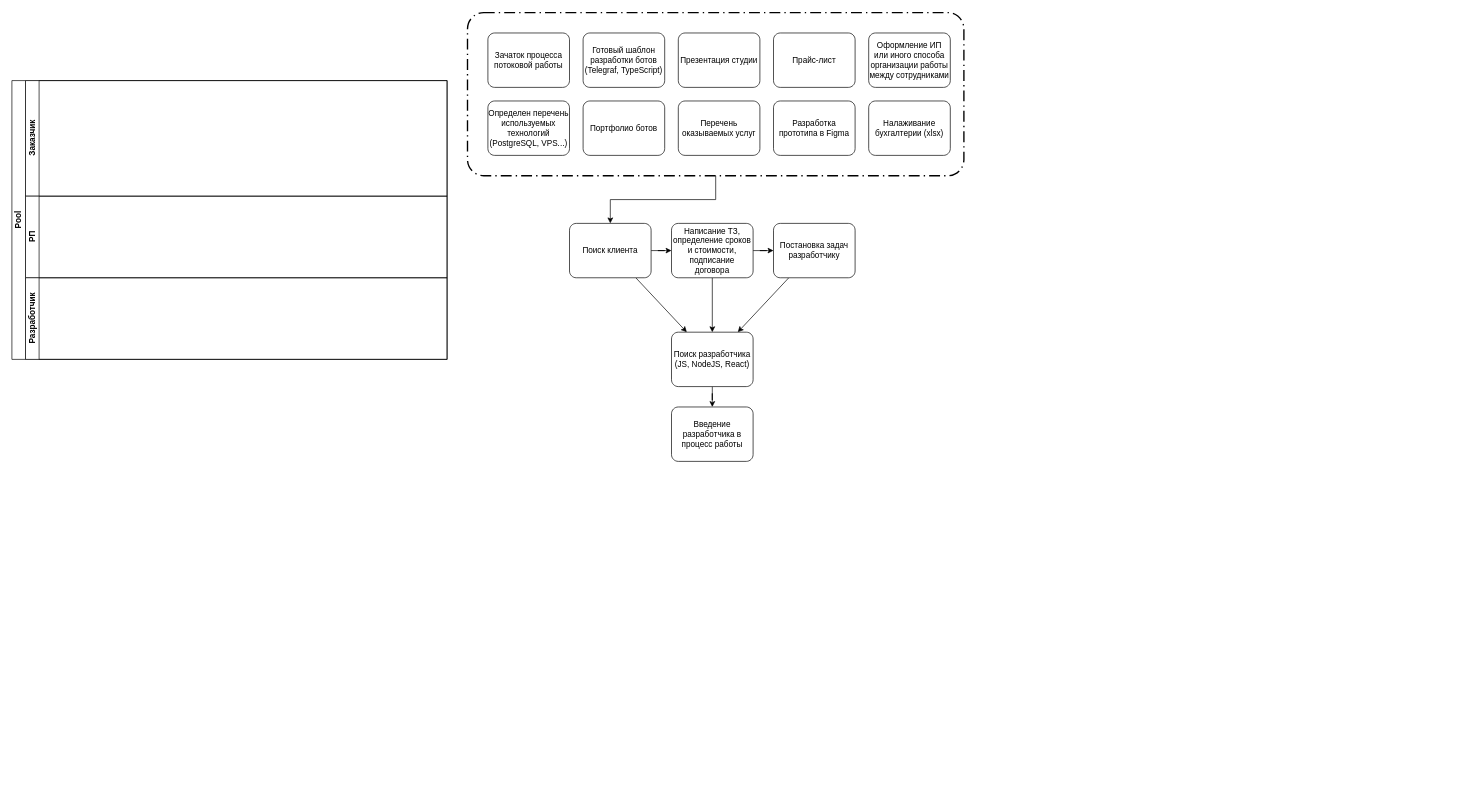
aau8/draw.io keeps this draw.io diagram as Флоу разработки Telegram-ботов.drawio. Above is the earlier version. Source tidied: cells renumbered, new cells numbered last; positions are measured from the earlier drawing's top-left corner, leaving out a move shared by most shapes. Both pictures are drawn from the tidied source at 68%, with x=0, y=0 at pixel (12, 12).
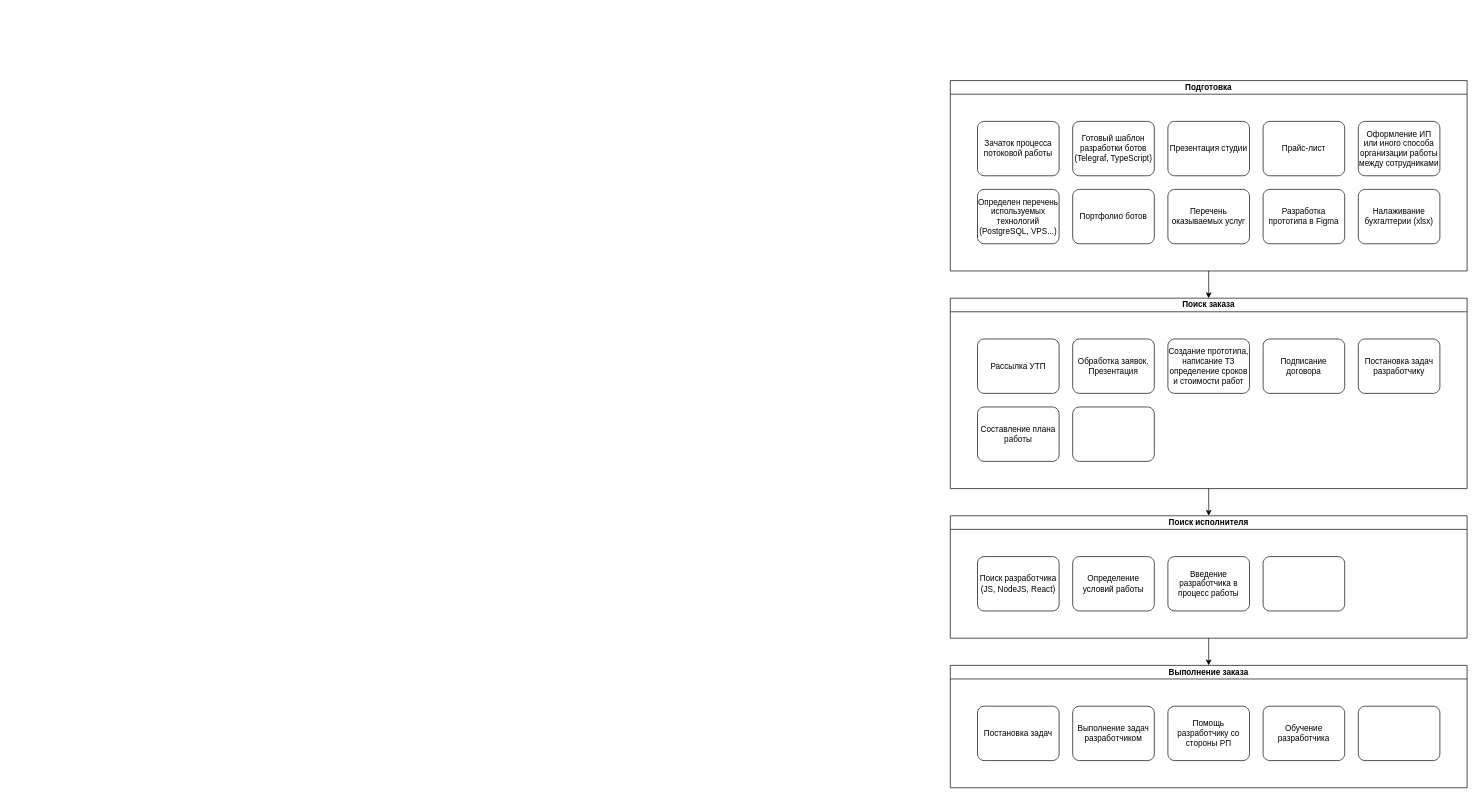
The same diagram, later.

What changed in the source:
```diff
@@
-    <mxCell id="2" style="edgeStyle=orthogonalEdgeStyle;rounded=0;jettySize=auto;html=1;" parent="1" edge="1" source="3" target="10">
-      <mxGeometry relative="1" as="geometry" />
+    <mxCell id="2" style="edgeStyle=orthogonalEdgeStyle;rounded=0;orthogonalLoop=1;jettySize=auto;html=1;" parent="1" edge="1">
+      <mxGeometry relative="1" as="geometry">
+        <mxPoint x="1035" y="290" as="targetPoint" />
+      </mxGeometry>
     </mxCell>
-    <mxCell id="3" style="points=[[0.25,0,0],[0.5,0,0],[0.75,0,0],[1,0.25,0],[1,0.5,0],[1,0.75,0],[0.75,1,0],[0.5,1,0],[0.25,1,0],[0,0.75,0],[0,0.5,0],[0,0.25,0]];rounded=1;arcSize=10;dashed=1;strokeColor=#000000;fillColor=none;gradientColor=none;dashPattern=8 3 1 3;strokeWidth=2;whiteSpace=wrap;html=1;" parent="1" vertex="1">
-      <mxGeometry x="670" width="730" height="240" as="geometry" />
-    </mxCell>
-    <mxCell id="4" value="Pool" style="swimlane;html=1;horizontal=0;startSize=20;whiteSpace=wrap;" parent="1" vertex="1">
-      <mxGeometry y="100" width="640" height="410" as="geometry" />
-    </mxCell>
-    <mxCell id="5" value="Заказчик" style="swimlane;html=1;startSize=20;horizontal=0;" parent="4" vertex="1">
-      <mxGeometry x="20" width="620" height="170" as="geometry" />
-    </mxCell>
-    <mxCell id="6" value="РП" style="swimlane;html=1;startSize=20;horizontal=0;" parent="4" vertex="1">
-      <mxGeometry x="20" y="170" width="620" height="120" as="geometry" />
-    </mxCell>
-    <mxCell id="7" value="Разработчик" style="swimlane;html=1;startSize=20;horizontal=0;" parent="4" vertex="1">
-      <mxGeometry x="20" y="290" width="620" height="120" as="geometry" />
-    </mxCell>
-    <mxCell id="8" style="edgeStyle=orthogonalEdgeStyle;rounded=0;jettySize=auto;html=1;" parent="1" edge="1" source="10" target="19">
-      <mxGeometry relative="1" as="geometry" />
-    </mxCell>
-    <mxCell id="9" style="rounded=0;jettySize=auto;html=1;" parent="1" edge="1" source="10" target="25">
-      <mxGeometry relative="1" as="geometry" />
-    </mxCell>
-    <mxCell id="10" value="Поиск клиента" style="points=[[0.25,0,0],[0.5,0,0],[0.75,0,0],[1,0.25,0],[1,0.5,0],[1,0.75,0],[0.75,1,0],[0.5,1,0],[0.25,1,0],[0,0.75,0],[0,0.5,0],[0,0.25,0]];shape=mxgraph.bpmn.task;whiteSpace=wrap;rectStyle=rounded;size=10;html=1;taskMarker=abstract;" parent="1" vertex="1">
-      <mxGeometry x="820" y="310" width="120" height="80" as="geometry" />
-    </mxCell>
+    <mxCell id="29" style="edgeStyle=orthogonalEdgeStyle;rounded=0;jettySize=auto;html=1;" parent="1" edge="1" source="30" target="32">
+      <mxGeometry relative="1" as="geometry" />
+    </mxCell>
+    <mxCell id="30" value="Подготовка" style="swimlane;startSize=20;whiteSpace=wrap;html=1;" parent="1" vertex="1">
+      <mxGeometry x="1380" y="100" width="760" height="280" as="geometry" />
+    </mxCell>
+    <mxCell id="28" value="Налаживание бухгалтерии (xlsx)" style="shape=mxgraph.bpmn.task;whiteSpace=wrap;rectStyle=rounded;size=10;html=1;taskMarker=abstract;" parent="30" vertex="1">
+      <mxGeometry x="600" y="160" width="120" height="80" as="geometry" />
+    </mxCell>
+    <mxCell id="27" value="Оформление ИП или иного способа организации работы между сотрудниками" style="shape=mxgraph.bpmn.task;whiteSpace=wrap;rectStyle=rounded;size=10;html=1;taskMarker=abstract;" parent="30" vertex="1">
+      <mxGeometry x="600" y="60" width="120" height="80" as="geometry" />
+    </mxCell>
+    <mxCell id="15" value="Прайс-лист" style="shape=mxgraph.bpmn.task;whiteSpace=wrap;rectStyle=rounded;size=10;html=1;taskMarker=abstract;" parent="30" vertex="1">
+      <mxGeometry x="460" y="60" width="120" height="80" as="geometry" />
+    </mxCell>
+    <mxCell id="16" value="Разработка прототипа в Figma" style="shape=mxgraph.bpmn.task;whiteSpace=wrap;rectStyle=rounded;size=10;html=1;taskMarker=abstract;" parent="30" vertex="1">
+      <mxGeometry x="460" y="160" width="120" height="80" as="geometry" />
+    </mxCell>
+    <mxCell id="14" value="Перечень оказываемых услуг" style="shape=mxgraph.bpmn.task;whiteSpace=wrap;rectStyle=rounded;size=10;html=1;taskMarker=abstract;" parent="30" vertex="1">
+      <mxGeometry x="320" y="160" width="120" height="80" as="geometry" />
+    </mxCell>
+    <mxCell id="13" value="Презентация студии" style="shape=mxgraph.bpmn.task;whiteSpace=wrap;rectStyle=rounded;size=10;html=1;taskMarker=abstract;" parent="30" vertex="1">
+      <mxGeometry x="320" y="60" width="120" height="80" as="geometry" />
+    </mxCell>
-    <mxCell id="11" value="Готовый шаблон разработки ботов (Telegraf, TypeScript)" style="shape=mxgraph.bpmn.task;whiteSpace=wrap;rectStyle=rounded;size=10;html=1;taskMarker=abstract;" parent="1" vertex="1">
-      <mxGeometry x="840" y="30" width="120" height="80" as="geometry" />
+    <mxCell id="11" value="Готовый шаблон разработки ботов (Telegraf, TypeScript)" style="shape=mxgraph.bpmn.task;whiteSpace=wrap;rectStyle=rounded;size=10;html=1;taskMarker=abstract;" parent="30" vertex="1">
+      <mxGeometry x="180" y="60" width="120" height="80" as="geometry" />
     </mxCell>
-    <mxCell id="12" value="Портфолио ботов" style="shape=mxgraph.bpmn.task;whiteSpace=wrap;rectStyle=rounded;size=10;html=1;taskMarker=abstract;" parent="1" vertex="1">
-      <mxGeometry x="840" y="130" width="120" height="80" as="geometry" />
+    <mxCell id="12" value="Портфолио ботов" style="shape=mxgraph.bpmn.task;whiteSpace=wrap;rectStyle=rounded;size=10;html=1;taskMarker=abstract;" parent="30" vertex="1">
+      <mxGeometry x="180" y="160" width="120" height="80" as="geometry" />
     </mxCell>
-    <mxCell id="13" value="Презентация студии" style="shape=mxgraph.bpmn.task;whiteSpace=wrap;rectStyle=rounded;size=10;html=1;taskMarker=abstract;" parent="1" vertex="1">
-      <mxGeometry x="980" y="30" width="120" height="80" as="geometry" />
-    </mxCell>
-    <mxCell id="14" value="Перечень оказываемых услуг" style="shape=mxgraph.bpmn.task;whiteSpace=wrap;rectStyle=rounded;size=10;html=1;taskMarker=abstract;" parent="1" vertex="1">
-      <mxGeometry x="980" y="130" width="120" height="80" as="geometry" />
-    </mxCell>
-    <mxCell id="15" value="Прайс-лист" style="shape=mxgraph.bpmn.task;whiteSpace=wrap;rectStyle=rounded;size=10;html=1;taskMarker=abstract;" parent="1" vertex="1">
-      <mxGeometry x="1120" y="30" width="120" height="80" as="geometry" />
-    </mxCell>
-    <mxCell id="16" value="Разработка прототипа в Figma" style="shape=mxgraph.bpmn.task;whiteSpace=wrap;rectStyle=rounded;size=10;html=1;taskMarker=abstract;" parent="1" vertex="1">
-      <mxGeometry x="1120" y="130" width="120" height="80" as="geometry" />
-    </mxCell>
-    <mxCell id="17" style="edgeStyle=orthogonalEdgeStyle;rounded=0;jettySize=auto;html=1;" parent="1" edge="1" source="19" target="23">
-      <mxGeometry relative="1" as="geometry" />
-    </mxCell>
-    <mxCell id="18" style="edgeStyle=orthogonalEdgeStyle;rounded=0;jettySize=auto;html=1;" parent="1" edge="1" source="19" target="25">
-      <mxGeometry relative="1" as="geometry" />
-    </mxCell>
+    <mxCell id="21" value="Определен перечень используемых технологий&lt;br&gt;(PostgreSQL, VPS...)" style="shape=mxgraph.bpmn.task;whiteSpace=wrap;rectStyle=rounded;size=10;html=1;taskMarker=abstract;" parent="30" vertex="1">
+      <mxGeometry x="40" y="160" width="120" height="80" as="geometry" />
+    </mxCell>
+    <mxCell id="20" value="Зачаток процесса потоковой работы" style="shape=mxgraph.bpmn.task;whiteSpace=wrap;rectStyle=rounded;size=10;html=1;taskMarker=abstract;" parent="30" vertex="1">
+      <mxGeometry x="40" y="60" width="120" height="80" as="geometry" />
+    </mxCell>
+    <mxCell id="31" style="edgeStyle=orthogonalEdgeStyle;rounded=0;jettySize=auto;html=1;" parent="1" edge="1" source="32" target="38">
+      <mxGeometry relative="1" as="geometry" />
+    </mxCell>
+    <mxCell id="32" value="Поиск заказа" style="swimlane;startSize=20;whiteSpace=wrap;html=1;" parent="1" vertex="1">
+      <mxGeometry x="1380" y="420" width="760" height="280" as="geometry" />
+    </mxCell>
+    <mxCell id="10" value="Рассылка УТП" style="points=[[0.25,0,0],[0.5,0,0],[0.75,0,0],[1,0.25,0],[1,0.5,0],[1,0.75,0],[0.75,1,0],[0.5,1,0],[0.25,1,0],[0,0.75,0],[0,0.5,0],[0,0.25,0]];shape=mxgraph.bpmn.task;whiteSpace=wrap;rectStyle=rounded;size=10;html=1;taskMarker=abstract;" parent="32" vertex="1">
+      <mxGeometry x="40" y="60" width="120" height="80" as="geometry" />
+    </mxCell>
-    <mxCell id="19" value="Написание ТЗ, определение сроков и стоимости, подписание договора" style="points=[[0.25,0,0],[0.5,0,0],[0.75,0,0],[1,0.25,0],[1,0.5,0],[1,0.75,0],[0.75,1,0],[0.5,1,0],[0.25,1,0],[0,0.75,0],[0,0.5,0],[0,0.25,0]];shape=mxgraph.bpmn.task;whiteSpace=wrap;rectStyle=rounded;size=10;html=1;taskMarker=abstract;" parent="1" vertex="1">
-      <mxGeometry x="970" y="310" width="120" height="80" as="geometry" />
+    <mxCell id="19" value="Создание прототипа, написание ТЗ определение сроков и стоимости работ" style="points=[[0.25,0,0],[0.5,0,0],[0.75,0,0],[1,0.25,0],[1,0.5,0],[1,0.75,0],[0.75,1,0],[0.5,1,0],[0.25,1,0],[0,0.75,0],[0,0.5,0],[0,0.25,0]];shape=mxgraph.bpmn.task;whiteSpace=wrap;rectStyle=rounded;size=10;html=1;taskMarker=abstract;" parent="32" vertex="1">
+      <mxGeometry x="320" y="60" width="120" height="80" as="geometry" />
     </mxCell>
-    <mxCell id="20" value="Зачаток процесса потоковой работы" style="shape=mxgraph.bpmn.task;whiteSpace=wrap;rectStyle=rounded;size=10;html=1;taskMarker=abstract;" parent="1" vertex="1">
-      <mxGeometry x="700" y="30" width="120" height="80" as="geometry" />
-    </mxCell>
-    <mxCell id="21" value="Определен перечень используемых технологий&lt;br&gt;(PostgreSQL, VPS...)" style="shape=mxgraph.bpmn.task;whiteSpace=wrap;rectStyle=rounded;size=10;html=1;taskMarker=abstract;" parent="1" vertex="1">
-      <mxGeometry x="700" y="130" width="120" height="80" as="geometry" />
-    </mxCell>
-    <mxCell id="22" style="rounded=0;jettySize=auto;html=1;" parent="1" edge="1" source="23" target="25">
-      <mxGeometry relative="1" as="geometry" />
-    </mxCell>
-    <mxCell id="23" value="Постановка задач разработчику" style="points=[[0.25,0,0],[0.5,0,0],[0.75,0,0],[1,0.25,0],[1,0.5,0],[1,0.75,0],[0.75,1,0],[0.5,1,0],[0.25,1,0],[0,0.75,0],[0,0.5,0],[0,0.25,0]];shape=mxgraph.bpmn.task;whiteSpace=wrap;rectStyle=rounded;size=10;html=1;taskMarker=abstract;" parent="1" vertex="1">
-      <mxGeometry x="1120" y="310" width="120" height="80" as="geometry" />
+    <mxCell id="23" value="Подписание договора" style="points=[[0.25,0,0],[0.5,0,0],[0.75,0,0],[1,0.25,0],[1,0.5,0],[1,0.75,0],[0.75,1,0],[0.5,1,0],[0.25,1,0],[0,0.75,0],[0,0.5,0],[0,0.25,0]];shape=mxgraph.bpmn.task;whiteSpace=wrap;rectStyle=rounded;size=10;html=1;taskMarker=abstract;" parent="32" vertex="1">
+      <mxGeometry x="460" y="60" width="120" height="80" as="geometry" />
     </mxCell>
-    <mxCell id="24" style="edgeStyle=orthogonalEdgeStyle;rounded=0;jettySize=auto;html=1;" parent="1" edge="1" source="25" target="26">
-      <mxGeometry relative="1" as="geometry" />
-    </mxCell>
+    <mxCell id="33" value="Обработка заявок. Презентация" style="shape=mxgraph.bpmn.task;whiteSpace=wrap;rectStyle=rounded;size=10;html=1;taskMarker=abstract;" parent="32" vertex="1">
+      <mxGeometry x="180" y="60" width="120" height="80" as="geometry" />
+    </mxCell>
+    <mxCell id="34" value="Постановка задач разработчику" style="shape=mxgraph.bpmn.task;whiteSpace=wrap;rectStyle=rounded;size=10;html=1;taskMarker=abstract;" parent="32" vertex="1">
+      <mxGeometry x="600" y="60" width="120" height="80" as="geometry" />
+    </mxCell>
+    <mxCell id="35" value="Составление плана работы" style="shape=mxgraph.bpmn.task;whiteSpace=wrap;rectStyle=rounded;size=10;html=1;taskMarker=abstract;" parent="32" vertex="1">
+      <mxGeometry x="40" y="160" width="120" height="80" as="geometry" />
+    </mxCell>
+    <mxCell id="36" style="shape=mxgraph.bpmn.task;whiteSpace=wrap;rectStyle=rounded;size=10;html=1;taskMarker=abstract;" parent="32" vertex="1">
+      <mxGeometry x="180" y="160" width="120" height="80" as="geometry" />
+    </mxCell>
+    <mxCell id="37" style="edgeStyle=orthogonalEdgeStyle;rounded=0;jettySize=auto;html=1;" parent="1" edge="1" source="38" target="41">
+      <mxGeometry relative="1" as="geometry" />
+    </mxCell>
+    <mxCell id="38" value="Поиск исполнителя" style="swimlane;startSize=20;whiteSpace=wrap;html=1;" parent="1" vertex="1">
+      <mxGeometry x="1380" y="740" width="760" height="180" as="geometry" />
+    </mxCell>
-    <mxCell id="25" value="Поиск разработчика&lt;br&gt;(JS, NodeJS, React)" style="points=[[0.25,0,0],[0.5,0,0],[0.75,0,0],[1,0.25,0],[1,0.5,0],[1,0.75,0],[0.75,1,0],[0.5,1,0],[0.25,1,0],[0,0.75,0],[0,0.5,0],[0,0.25,0]];shape=mxgraph.bpmn.task;whiteSpace=wrap;rectStyle=rounded;size=10;html=1;taskMarker=abstract;" parent="1" vertex="1">
-      <mxGeometry x="970" y="470" width="120" height="80" as="geometry" />
+    <mxCell id="25" value="Поиск разработчика&lt;br&gt;(JS, NodeJS, React)" style="points=[[0.25,0,0],[0.5,0,0],[0.75,0,0],[1,0.25,0],[1,0.5,0],[1,0.75,0],[0.75,1,0],[0.5,1,0],[0.25,1,0],[0,0.75,0],[0,0.5,0],[0,0.25,0]];shape=mxgraph.bpmn.task;whiteSpace=wrap;rectStyle=rounded;size=10;html=1;taskMarker=abstract;" parent="38" vertex="1">
+      <mxGeometry x="40" y="60" width="120" height="80" as="geometry" />
     </mxCell>
-    <mxCell id="26" value="Введение разработчика в процесс работы" style="points=[[0.25,0,0],[0.5,0,0],[0.75,0,0],[1,0.25,0],[1,0.5,0],[1,0.75,0],[0.75,1,0],[0.5,1,0],[0.25,1,0],[0,0.75,0],[0,0.5,0],[0,0.25,0]];shape=mxgraph.bpmn.task;whiteSpace=wrap;rectStyle=rounded;size=10;html=1;taskMarker=abstract;" parent="1" vertex="1">
-      <mxGeometry x="970" y="580" width="120" height="80" as="geometry" />
+    <mxCell id="26" value="Введение разработчика в процесс работы" style="points=[[0.25,0,0],[0.5,0,0],[0.75,0,0],[1,0.25,0],[1,0.5,0],[1,0.75,0],[0.75,1,0],[0.5,1,0],[0.25,1,0],[0,0.75,0],[0,0.5,0],[0,0.25,0]];shape=mxgraph.bpmn.task;whiteSpace=wrap;rectStyle=rounded;size=10;html=1;taskMarker=abstract;" parent="38" vertex="1">
+      <mxGeometry x="320" y="60" width="120" height="80" as="geometry" />
     </mxCell>
-    <mxCell id="27" value="Оформление ИП или иного способа организации работы между сотрудниками" style="shape=mxgraph.bpmn.task;whiteSpace=wrap;rectStyle=rounded;size=10;html=1;taskMarker=abstract;" parent="1" vertex="1">
-      <mxGeometry x="1260" y="30" width="120" height="80" as="geometry" />
-    </mxCell>
-    <mxCell id="28" value="Налаживание бухгалтерии (xlsx)" style="shape=mxgraph.bpmn.task;whiteSpace=wrap;rectStyle=rounded;size=10;html=1;taskMarker=abstract;" parent="1" vertex="1">
-      <mxGeometry x="1260" y="130" width="120" height="80" as="geometry" />
-    </mxCell>
+    <mxCell id="39" style="shape=mxgraph.bpmn.task;whiteSpace=wrap;rectStyle=rounded;size=10;html=1;taskMarker=abstract;" parent="38" vertex="1">
+      <mxGeometry x="460" y="60" width="120" height="80" as="geometry" />
+    </mxCell>
+    <mxCell id="40" value="Определение условий работы" style="shape=mxgraph.bpmn.task;whiteSpace=wrap;rectStyle=rounded;size=10;html=1;taskMarker=abstract;" parent="38" vertex="1">
+      <mxGeometry x="180" y="60" width="120" height="80" as="geometry" />
+    </mxCell>
+    <mxCell id="41" value="Выполнение заказа" style="swimlane;startSize=20;whiteSpace=wrap;html=1;" parent="1" vertex="1">
+      <mxGeometry x="1380" y="960" width="760" height="180" as="geometry" />
+    </mxCell>
+    <mxCell id="42" value="Постановка задач" style="shape=mxgraph.bpmn.task;whiteSpace=wrap;rectStyle=rounded;size=10;html=1;taskMarker=abstract;" parent="41" vertex="1">
+      <mxGeometry x="40" y="60" width="120" height="80" as="geometry" />
+    </mxCell>
+    <mxCell id="43" value="Выполнение задач разработчиком" style="shape=mxgraph.bpmn.task;whiteSpace=wrap;rectStyle=rounded;size=10;html=1;taskMarker=abstract;" parent="41" vertex="1">
+      <mxGeometry x="180" y="60" width="120" height="80" as="geometry" />
+    </mxCell>
+    <mxCell id="44" value="Помощь разработчику со стороны РП" style="shape=mxgraph.bpmn.task;whiteSpace=wrap;rectStyle=rounded;size=10;html=1;taskMarker=abstract;" parent="41" vertex="1">
+      <mxGeometry x="320" y="60" width="120" height="80" as="geometry" />
+    </mxCell>
+    <mxCell id="45" value="Обучение разработчика" style="shape=mxgraph.bpmn.task;whiteSpace=wrap;rectStyle=rounded;size=10;html=1;taskMarker=abstract;" parent="41" vertex="1">
+      <mxGeometry x="460" y="60" width="120" height="80" as="geometry" />
+    </mxCell>
+    <mxCell id="46" style="shape=mxgraph.bpmn.task;whiteSpace=wrap;rectStyle=rounded;size=10;html=1;taskMarker=abstract;" parent="41" vertex="1">
+      <mxGeometry x="600" y="60" width="120" height="80" as="geometry" />
+    </mxCell>
```
